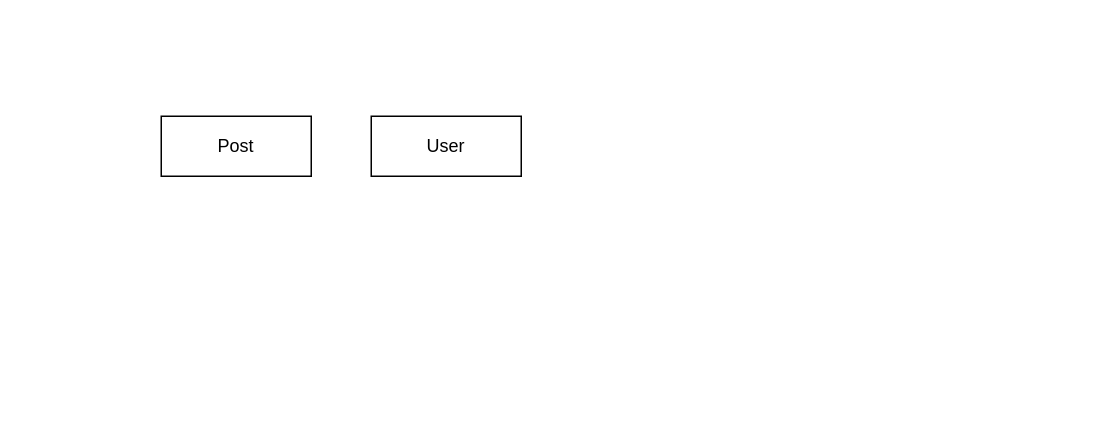
Earlier version of the draw.io diagram DD1368 Homework 1 ER.drawio (Alvinn8/DD1368). Source tidied: cells renumbered, new cells numbered last; positions are measured from the earlier drawing's top-left corner, leaving out a move shared by most shapes. Both pictures are drawn from the tidied source at 150%, with x=0, y=0 at pixel (160, 116).
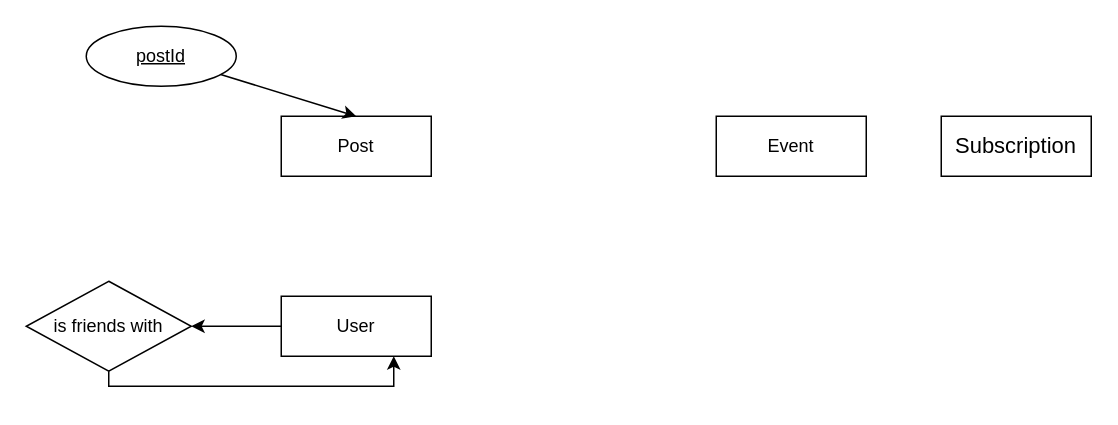
The same diagram, later.

What changed in the source:
```diff
@@
 <mxGraphModel>
   <root>
     <mxCell id="0" />
     <mxCell id="1" parent="0" />
     <mxCell id="2" value="Post" style="whiteSpace=wrap;html=1;align=center;" parent="1" vertex="1">
-      <mxGeometry width="100" height="40" as="geometry" />
+      <mxGeometry x="80" width="100" height="40" as="geometry" />
     </mxCell>
+    <mxCell id="4" style="edgeStyle=orthogonalEdgeStyle;rounded=0;jettySize=auto;html=1;" parent="1" edge="1" source="3" target="10">
+      <mxGeometry relative="1" as="geometry" />
+    </mxCell>
     <mxCell id="3" value="User" style="whiteSpace=wrap;html=1;align=center;" parent="1" vertex="1">
-      <mxGeometry x="140" width="100" height="40" as="geometry" />
+      <mxGeometry x="80" y="120" width="100" height="40" as="geometry" />
     </mxCell>
+    <mxCell id="5" value="Event" style="whiteSpace=wrap;html=1;align=center;" parent="1" vertex="1">
+      <mxGeometry x="370" width="100" height="40" as="geometry" />
+    </mxCell>
+    <mxCell id="6" value="&lt;span id=&quot;docs-internal-guid-3fd6cfa4-7fff-0450-d13b-978bd1708c18&quot;&gt;&lt;span style=&quot;font-size: 11pt; font-family: Arial, sans-serif; background-color: transparent; font-variant-numeric: normal; font-variant-east-asian: normal; font-variant-alternates: normal; font-variant-position: normal; vertical-align: baseline; white-space-collapse: preserve;&quot;&gt;Subscription&lt;/span&gt;&lt;/span&gt;" style="whiteSpace=wrap;html=1;align=center;" parent="1" vertex="1">
+      <mxGeometry x="520" width="100" height="40" as="geometry" />
+    </mxCell>
+    <mxCell id="7" style="rounded=0;jettySize=auto;html=1;entryX=0.5;entryY=0;entryDx=0;entryDy=0;" parent="1" edge="1" source="8" target="2">
+      <mxGeometry relative="1" as="geometry" />
+    </mxCell>
+    <mxCell id="8" value="postId" style="ellipse;whiteSpace=wrap;html=1;align=center;fontStyle=4;" parent="1" vertex="1">
+      <mxGeometry x="-50" y="-60" width="100" height="40" as="geometry" />
+    </mxCell>
+    <mxCell id="9" style="edgeStyle=orthogonalEdgeStyle;rounded=0;jettySize=auto;html=1;entryX=0.75;entryY=1;entryDx=0;entryDy=0;" parent="1" edge="1" source="10" target="3">
+      <mxGeometry relative="1" as="geometry">
+        <Array as="points">
+          <mxPoint x="-35" y="180" />
+          <mxPoint x="155" y="180" />
+        </Array>
+      </mxGeometry>
+    </mxCell>
+    <mxCell id="10" value="is friends with" style="rhombus;whiteSpace=wrap;html=1;" parent="1" vertex="1">
+      <mxGeometry x="-90" y="110" width="110" height="60" as="geometry" />
+    </mxCell>
   </root>
 </mxGraphModel>
```
